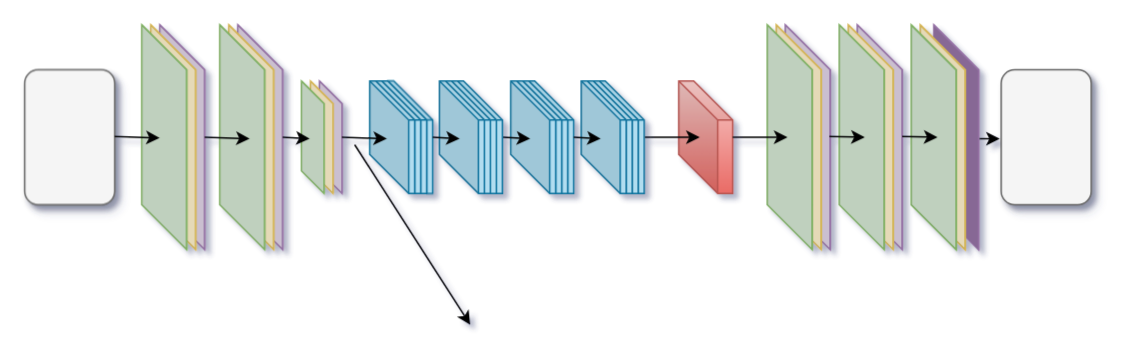
Above: Untitled Diagram.drawio in foreverfruit/drawio_ (draw.io), before the change. Source tidied: cells renumbered, new cells numbered last; positions are measured from the earlier drawing's top-left corner, leaving out a move shared by most shapes. Both pictures are drawn from the tidied source at 150%, with x=0, y=0 at pixel (24, 24).
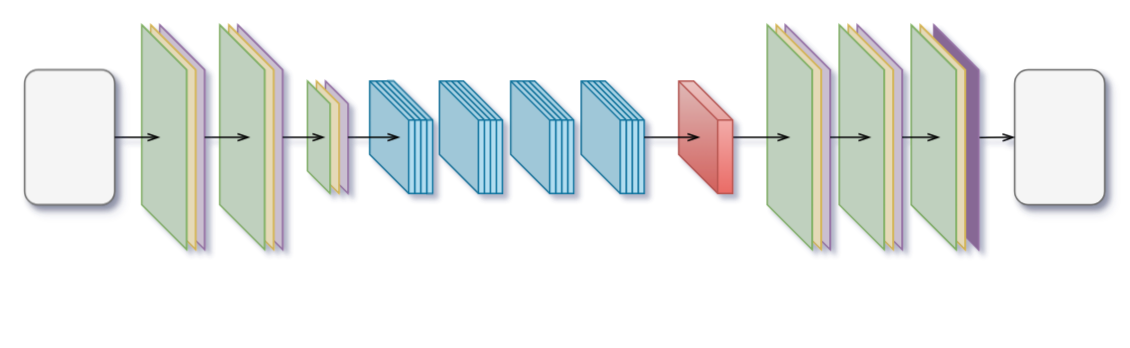
After the change.

Unchanged cells that the change refers to:
```xml
<mxCell id="3" style="rounded=1;whiteSpace=wrap;html=1;fillColor=#f5f5f5;strokeColor=#666666;fontColor=#333333;shadow=1;" parent="1" vertex="1">
  <mxGeometry y="30" width="60" height="90" as="geometry" />
</mxCell>
<mxCell id="5" style="shape=cube;whiteSpace=wrap;html=1;boundedLbl=1;backgroundOutline=1;darkOpacity=0.05;darkOpacity2=0.1;size=30;shadow=0;comic=0;fillColor=#e1d5e7;strokeColor=#9673a6;" parent="1" vertex="1">
  <mxGeometry x="90" width="30" height="150" as="geometry" />
</mxCell>
<mxCell id="8" style="shape=cube;whiteSpace=wrap;html=1;boundedLbl=1;backgroundOutline=1;darkOpacity=0.05;darkOpacity2=0.1;size=30;shadow=0;comic=0;fillColor=#e1d5e7;strokeColor=#9673a6;" parent="1" vertex="1">
  <mxGeometry x="142" width="30" height="150" as="geometry" />
</mxCell>
<mxCell id="25" style="shape=cube;whiteSpace=wrap;html=1;boundedLbl=1;backgroundOutline=1;darkOpacity=0.05;darkOpacity2=0.1;size=26;shadow=0;comic=0;fillColor=#b1ddf0;strokeColor=#10739e;" parent="1" vertex="1">
  <mxGeometry x="383" y="37.5" width="30" height="75" as="geometry" />
</mxCell>
<mxCell id="29" style="shape=cube;whiteSpace=wrap;html=1;boundedLbl=1;backgroundOutline=1;darkOpacity=0.05;darkOpacity2=0.1;size=30;shadow=0;comic=0;fillColor=#e1d5e7;strokeColor=#9673a6;labelBackgroundColor=none;fontColor=#000000;" parent="1" vertex="1">
  <mxGeometry x="507" width="30" height="150" as="geometry" />
</mxCell>
<mxCell id="32" style="shape=cube;whiteSpace=wrap;html=1;boundedLbl=1;backgroundOutline=1;darkOpacity=0.05;darkOpacity2=0.1;size=30;shadow=0;comic=0;fillColor=#e1d5e7;strokeColor=#9673a6;labelBackgroundColor=none;fontColor=#000000;" parent="1" vertex="1">
  <mxGeometry x="555" width="30" height="150" as="geometry" />
</mxCell>
<mxCell id="35" style="shape=cube;whiteSpace=wrap;html=1;boundedLbl=1;backgroundOutline=1;darkOpacity=0.05;darkOpacity2=0.1;size=30;shadow=0;comic=0;fillColor=#9673A6;strokeColor=#9673a6;labelBackgroundColor=none;fontColor=#000000;" parent="1" vertex="1">
  <mxGeometry x="606" y="0.1" width="30" height="150" as="geometry" />
</mxCell>
<mxCell id="38" style="shape=cube;whiteSpace=wrap;html=1;boundedLbl=1;backgroundOutline=1;darkOpacity=0.05;darkOpacity2=0.1;size=26;shadow=0;comic=0;fillColor=#f8cecc;labelBackgroundColor=none;strokeColor=#b85450;gradientColor=#ea6b66;" parent="1" vertex="1">
  <mxGeometry x="436" y="37.5" width="36" height="75" as="geometry" />
</mxCell>
```

The edit, as a diff of the source:
```diff
@@
     <mxCell id="4" style="rounded=1;whiteSpace=wrap;html=1;fillColor=#f5f5f5;strokeColor=#666666;fontColor=#333333;shadow=1;" parent="1" vertex="1">
-      <mxGeometry x="651" y="30" width="60" height="90" as="geometry" />
+      <mxGeometry x="660" y="30" width="60" height="90" as="geometry" />
     </mxCell>
@@
     <mxCell id="11" style="shape=cube;whiteSpace=wrap;html=1;boundedLbl=1;backgroundOutline=1;darkOpacity=0.05;darkOpacity2=0.1;size=30;shadow=0;comic=0;fillColor=#e1d5e7;strokeColor=#9673a6;gradientColor=none;" parent="1" vertex="1">
-      <mxGeometry x="196.5" y="37.5" width="15" height="75" as="geometry" />
+      <mxGeometry x="200.5" y="37.5" width="15" height="75" as="geometry" />
     </mxCell>
     <mxCell id="12" style="shape=cube;whiteSpace=wrap;html=1;boundedLbl=1;backgroundOutline=1;darkOpacity=0.05;darkOpacity2=0.1;size=30;shadow=0;comic=0;fillColor=#fff2cc;strokeColor=#d6b656;gradientColor=none;" parent="1" vertex="1">
-      <mxGeometry x="190.5" y="37.5" width="15" height="75" as="geometry" />
+      <mxGeometry x="194.5" y="37.5" width="15" height="75" as="geometry" />
     </mxCell>
     <mxCell id="13" style="shape=cube;whiteSpace=wrap;html=1;boundedLbl=1;backgroundOutline=1;darkOpacity=0.05;darkOpacity2=0.1;size=30;shadow=0;comic=0;fillColor=#d5e8d4;strokeColor=#82b366;gradientColor=none;" parent="1" vertex="1">
-      <mxGeometry x="184.5" y="37.5" width="15" height="75" as="geometry" />
+      <mxGeometry x="188.5" y="37.5" width="15" height="75" as="geometry" />
     </mxCell>
@@
+    <mxCell id="52" style="edgeStyle=orthogonalEdgeStyle;curved=1;jumpSize=3;jettySize=auto;html=1;endArrow=openThin;endFill=0;strokeColor=#000000;fontColor=#000000;" parent="1" edge="1" source="35" target="4">
+      <mxGeometry relative="1" as="geometry" />
+    </mxCell>
@@
+    <mxCell id="53" style="edgeStyle=orthogonalEdgeStyle;curved=1;jumpSize=3;jettySize=auto;html=1;endArrow=openThin;endFill=0;strokeColor=#000000;fontColor=#000000;" parent="1" edge="1" source="38">
+      <mxGeometry relative="1" as="geometry">
+        <mxPoint x="510" y="75" as="targetPoint" />
+      </mxGeometry>
+    </mxCell>
@@
-    <mxCell id="39" style="endArrow=classic;html=1;fontColor=#000000;" parent="1" edge="1">
-      <mxGeometry relative="1" as="geometry">
-        <mxPoint x="120" y="75" as="sourcePoint" />
-        <mxPoint x="150" y="76" as="targetPoint" />
-      </mxGeometry>
-    </mxCell>
-    <mxCell id="40" style="endArrow=classic;html=1;fontColor=#000000;strokeColor=#000000;rounded=0;" parent="1" edge="1">
-      <mxGeometry relative="1" as="geometry">
-        <mxPoint x="60" y="74.5" as="sourcePoint" />
-        <mxPoint x="90" y="75.5" as="targetPoint" />
-      </mxGeometry>
-    </mxCell>
-    <mxCell id="41" style="endArrow=classic;html=1;fontColor=#000000;" parent="1" edge="1">
-      <mxGeometry relative="1" as="geometry">
-        <mxPoint x="172" y="75" as="sourcePoint" />
-        <mxPoint x="190" y="76" as="targetPoint" />
-      </mxGeometry>
-    </mxCell>
-    <mxCell id="42" style="endArrow=classic;html=1;fontColor=#000000;" parent="1" edge="1">
-      <mxGeometry relative="1" as="geometry">
-        <mxPoint x="211.5" y="75" as="sourcePoint" />
-        <mxPoint x="241.5" y="76" as="targetPoint" />
-      </mxGeometry>
-    </mxCell>
-    <mxCell id="43" style="endArrow=classic;html=1;fontColor=#000000;" parent="1" edge="1">
-      <mxGeometry relative="1" as="geometry">
-        <mxPoint x="272" y="75" as="sourcePoint" />
-        <mxPoint x="290" y="76" as="targetPoint" />
-      </mxGeometry>
-    </mxCell>
-    <mxCell id="44" style="endArrow=classic;html=1;fontColor=#000000;" parent="1" edge="1">
-      <mxGeometry relative="1" as="geometry">
-        <mxPoint x="319" y="75" as="sourcePoint" />
-        <mxPoint x="337" y="76" as="targetPoint" />
-      </mxGeometry>
-    </mxCell>
-    <mxCell id="45" style="endArrow=classic;html=1;fontColor=#000000;" parent="1" edge="1">
-      <mxGeometry relative="1" as="geometry">
-        <mxPoint x="366" y="75" as="sourcePoint" />
-        <mxPoint x="384" y="76" as="targetPoint" />
-      </mxGeometry>
-    </mxCell>
-    <mxCell id="46" style="endArrow=classic;html=1;fontColor=#000000;" parent="1" edge="1">
-      <mxGeometry relative="1" as="geometry">
-        <mxPoint x="413.5" y="75" as="sourcePoint" />
-        <mxPoint x="450" y="75" as="targetPoint" />
-      </mxGeometry>
-    </mxCell>
-    <mxCell id="47" style="endArrow=classic;html=1;fontColor=#000000;" parent="1" edge="1">
-      <mxGeometry relative="1" as="geometry">
-        <mxPoint x="472" y="75" as="sourcePoint" />
-        <mxPoint x="508.5" y="75" as="targetPoint" />
-      </mxGeometry>
-    </mxCell>
-    <mxCell id="48" style="endArrow=classic;html=1;fontColor=#000000;" parent="1" edge="1">
-      <mxGeometry relative="1" as="geometry">
-        <mxPoint x="536.5" y="74.5" as="sourcePoint" />
-        <mxPoint x="560" y="75" as="targetPoint" />
-      </mxGeometry>
-    </mxCell>
-    <mxCell id="49" style="endArrow=classic;html=1;fontColor=#000000;" parent="1" edge="1">
-      <mxGeometry relative="1" as="geometry">
-        <mxPoint x="585" y="74.5" as="sourcePoint" />
-        <mxPoint x="608.5" y="75" as="targetPoint" />
-      </mxGeometry>
-    </mxCell>
-    <mxCell id="50" style="endArrow=classic;html=1;fontColor=#000000;exitX=1.02;exitY=0.506;exitDx=0;exitDy=0;exitPerimeter=0;" parent="1" edge="1" source="35">
-      <mxGeometry relative="1" as="geometry">
-        <mxPoint x="650" y="76" as="targetPoint" />
-      </mxGeometry>
-    </mxCell>
-    <mxCell id="51" style="endArrow=classic;html=1;strokeColor=#000000;fontColor=#000000;" parent="1" edge="1">
-      <mxGeometry relative="1" as="geometry">
-        <mxPoint x="220" y="80" as="sourcePoint" />
-        <mxPoint x="297" y="200" as="targetPoint" />
-      </mxGeometry>
-    </mxCell>
+    <mxCell id="54" style="edgeStyle=orthogonalEdgeStyle;rounded=0;jettySize=auto;html=1;endArrow=openThin;endFill=0;strokeColor=#000000;fontColor=#000000;" parent="1" edge="1" source="3">
+      <mxGeometry relative="1" as="geometry">
+        <mxPoint x="90" y="75" as="targetPoint" />
+      </mxGeometry>
+    </mxCell>
+    <mxCell id="55" style="edgeStyle=orthogonalEdgeStyle;rounded=0;jettySize=auto;html=1;endArrow=openThin;endFill=0;strokeColor=#000000;fontColor=#000000;" parent="1" edge="1" source="5">
+      <mxGeometry relative="1" as="geometry">
+        <mxPoint x="150" y="75" as="targetPoint" />
+      </mxGeometry>
+    </mxCell>
+    <mxCell id="56" style="edgeStyle=orthogonalEdgeStyle;jettySize=auto;html=1;endArrow=openThin;endFill=0;strokeColor=#000000;fontColor=#000000;jumpSize=3;curved=1;" parent="1" edge="1" source="8">
+      <mxGeometry relative="1" as="geometry">
+        <mxPoint x="200" y="75" as="targetPoint" />
+      </mxGeometry>
+    </mxCell>
+    <mxCell id="57" style="edgeStyle=orthogonalEdgeStyle;curved=1;jumpSize=3;jettySize=auto;html=1;endArrow=openThin;endFill=0;strokeColor=#000000;fontColor=#000000;" parent="1" edge="1" source="11">
+      <mxGeometry relative="1" as="geometry">
+        <mxPoint x="250" y="75" as="targetPoint" />
+      </mxGeometry>
+    </mxCell>
+    <mxCell id="58" style="edgeStyle=orthogonalEdgeStyle;curved=1;jumpSize=3;jettySize=auto;html=1;endArrow=openThin;endFill=0;strokeColor=#000000;fontColor=#000000;" parent="1" edge="1" source="25">
+      <mxGeometry relative="1" as="geometry">
+        <mxPoint x="450" y="75" as="targetPoint" />
+      </mxGeometry>
+    </mxCell>
+    <mxCell id="59" style="edgeStyle=orthogonalEdgeStyle;curved=1;jumpSize=3;jettySize=auto;html=1;endArrow=openThin;endFill=0;strokeColor=#000000;fontColor=#000000;" parent="1" edge="1" source="29">
+      <mxGeometry relative="1" as="geometry">
+        <mxPoint x="564" y="75" as="targetPoint" />
+      </mxGeometry>
+    </mxCell>
+    <mxCell id="60" style="edgeStyle=orthogonalEdgeStyle;curved=1;jumpSize=3;jettySize=auto;html=1;endArrow=openThin;endFill=0;strokeColor=#000000;fontColor=#000000;" parent="1" edge="1" source="32">
+      <mxGeometry relative="1" as="geometry">
+        <mxPoint x="610" y="75" as="targetPoint" />
+      </mxGeometry>
+    </mxCell>
```
